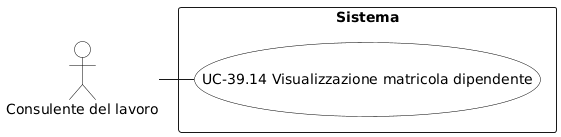
This is RTB/Analisi dei Requisiti/diagrammi_use_case/UC-39.14.png from aLittleByte-19/Documentazione, a PlantUML export, as it was before one commit.
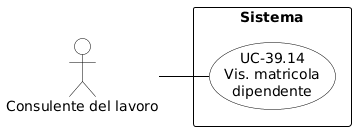
Above is the later version.

What changed in the source:
```diff
@@ -1,20 +1,29 @@
 @startuml
-skinparam backgroundColor white
+skinparam shadowing false
+skinparam defaultFontName Arial
+left to right direction
+skinparam nodesep 15
+skinparam ranksep 50
+
+skinparam usecase {
+    BackgroundColor white
+    BorderColor black
+    ArrowColor black
+}
 skinparam actor {
-  BackgroundColor white
-  BorderColor black
-  FontColor black
+    BackgroundColor white
+    BorderColor black
 }
-skinparam usecase {
-  BackgroundColor white
-  BorderColor black
-  FontColor black
+skinparam rectangle {
+    BorderColor black
+    FontStyle bold
 }
-actor "Consulente del lavoro" as C
+
+actor "Consulente del lavoro" as CL
 
 rectangle "Sistema" {
-  (UC-39.14 Visualizzazione matricola dipendente) as UC3914
+    usecase "UC-39.14\nVis. matricola\ndipendente" as UC39_14
 }
 
-C - UC3914
+CL -- UC39_14
 @enduml
```
